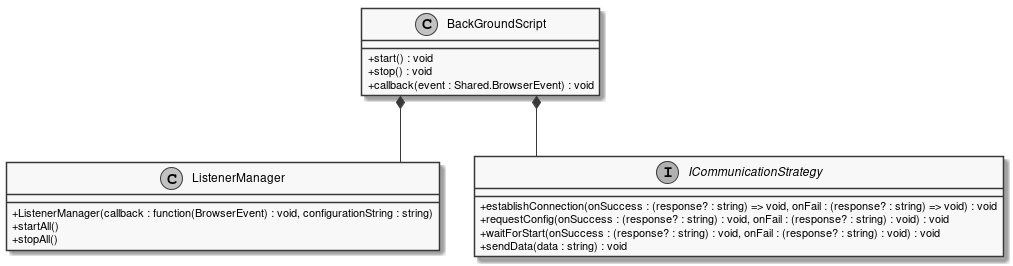
insightmind/MORR keeps this PlantUML diagram as documents/sd/resources/Classes/BrowserExtension/BackGround/BackGroundScript.png. Above is the earlier version.
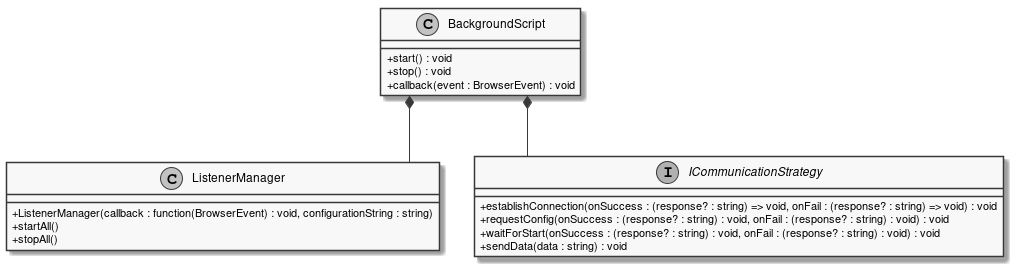
The same file after the commit.

The edit, as a diff of the source:
```diff
@@ -2,10 +2,10 @@
 skinparam linetype ortho
 skinparam monochrome true
 skinparam classAttributeIconSize 0
-class BackGroundScript {
+class BackgroundScript {
     + start() : void
     + stop() : void
-    + callback(event : Shared.BrowserEvent) : void
+    + callback(event : BrowserEvent) : void
 }
 
 class ListenerManager {
@@ -20,6 +20,6 @@
     + sendData(data : string) : void
 }
 
-BackGroundScript *-- ListenerManager
-BackGroundScript *-- ICommunicationStrategy
+BackgroundScript *-- ListenerManager
+BackgroundScript *-- ICommunicationStrategy
 @enduml
```
